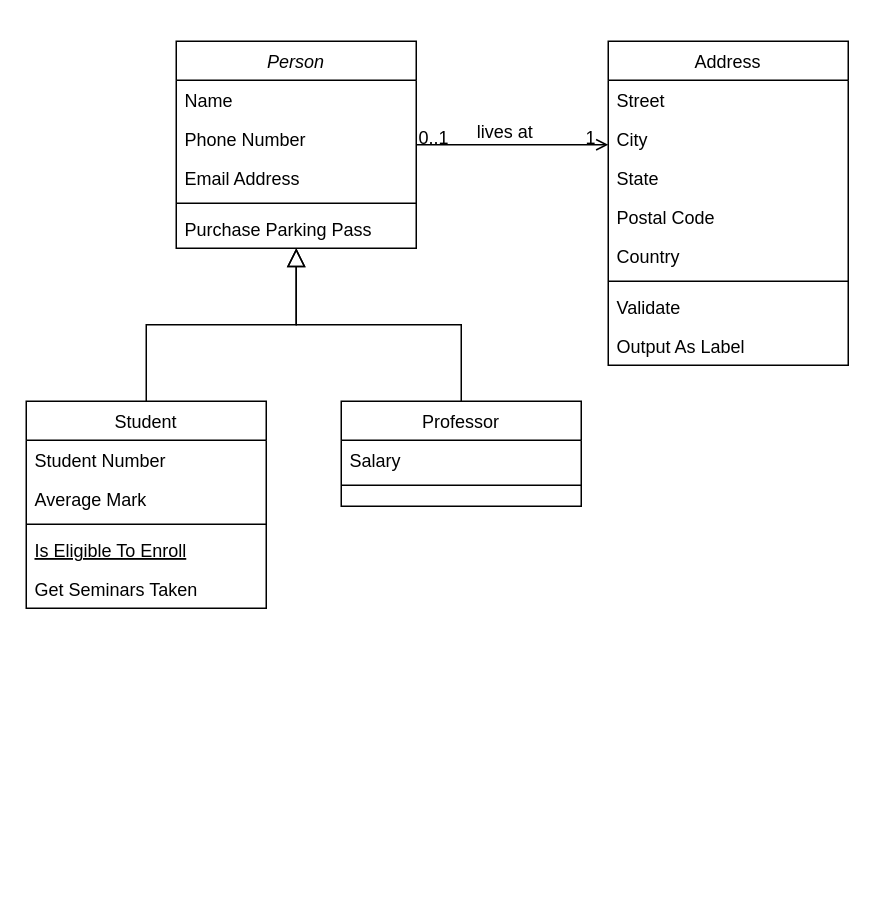
Before: Untitled Diagram.drawio in HXMAN76/MyLeetcode, a draw.io diagram. Source tidied: cells renumbered, new cells numbered last; positions are measured from the earlier drawing's top-left corner, leaving out a move shared by most shapes. Both pictures are drawn from the tidied source at 150%, with x=0, y=0 at pixel (26, 40).
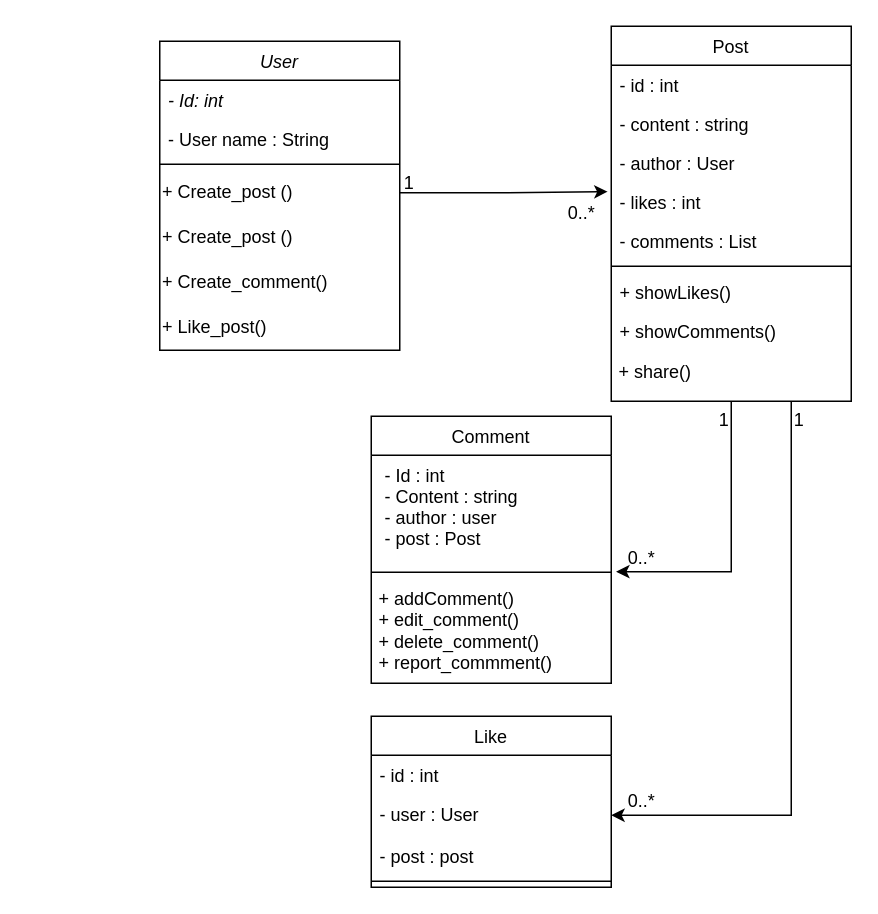
Above is the later version.

Change to the diagram source:
```diff
@@
-    <mxCell id="2" value="Person" style="swimlane;fontStyle=2;align=center;verticalAlign=top;horizontal=1;startSize=26;rounded=0;shadow=0;strokeWidth=1;" parent="1" vertex="1">
-      <mxGeometry x="100" width="160" height="138" as="geometry" />
+    <mxCell id="2" value="User" style="swimlane;fontStyle=2;align=center;verticalAlign=top;horizontal=1;startSize=26;rounded=0;shadow=0;strokeWidth=1;" parent="1" vertex="1">
+      <mxGeometry x="89" width="160" height="206" as="geometry" />
     </mxCell>
-    <mxCell id="3" value="Name" style="text;align=left;verticalAlign=top;spacingLeft=4;spacingRight=4;overflow=hidden;" parent="2" vertex="1">
+    <mxCell id="3" value="- Id: int" style="text;align=left;verticalAlign=top;spacingLeft=4;spacingRight=4;overflow=hidden;fontStyle=2;" parent="2" vertex="1">
       <mxGeometry y="26" width="160" height="26" as="geometry" />
     </mxCell>
-    <mxCell id="4" value="Phone Number" style="text;align=left;verticalAlign=top;spacingLeft=4;spacingRight=4;overflow=hidden;rounded=0;shadow=0;html=0;" parent="2" vertex="1">
+    <mxCell id="4" value="- User name : String" style="text;align=left;verticalAlign=top;spacingLeft=4;spacingRight=4;overflow=hidden;rounded=0;shadow=0;html=0;" parent="2" vertex="1">
       <mxGeometry y="52" width="160" height="26" as="geometry" />
     </mxCell>
-    <mxCell id="5" value="Email Address" style="text;align=left;verticalAlign=top;spacingLeft=4;spacingRight=4;overflow=hidden;rounded=0;shadow=0;html=0;" parent="2" vertex="1">
-      <mxGeometry y="78" width="160" height="26" as="geometry" />
-    </mxCell>
     <mxCell id="6" style="line;html=1;strokeWidth=1;align=left;verticalAlign=middle;spacingTop=-1;spacingLeft=3;spacingRight=3;labelPosition=right;" parent="2" vertex="1">
-      <mxGeometry y="104" width="160" height="8" as="geometry" />
+      <mxGeometry y="78" width="160" height="8" as="geometry" />
     </mxCell>
-    <mxCell id="7" value="Purchase Parking Pass" style="text;align=left;verticalAlign=top;spacingLeft=4;spacingRight=4;overflow=hidden;" parent="2" vertex="1">
-      <mxGeometry y="112" width="160" height="26" as="geometry" />
-    </mxCell>
+    <mxCell id="32" value="+ Create_post ()" style="text;html=1;align=left;verticalAlign=middle;points=[];strokeColor=none;fillColor=none;" parent="2" vertex="1">
+      <mxGeometry y="86" width="160" height="30" as="geometry" />
+    </mxCell>
+    <mxCell id="33" value="+ Create_post ()" style="text;html=1;align=left;verticalAlign=middle;strokeColor=none;fillColor=none;" parent="2" vertex="1">
+      <mxGeometry y="116" width="160" height="30" as="geometry" />
+    </mxCell>
+    <mxCell id="34" value="+ Create_comment()" style="text;html=1;align=left;verticalAlign=middle;strokeColor=none;fillColor=none;" parent="2" vertex="1">
+      <mxGeometry y="146" width="160" height="30" as="geometry" />
+    </mxCell>
+    <mxCell id="35" value="+ Like_post()" style="text;html=1;align=left;verticalAlign=middle;strokeColor=none;fillColor=none;" parent="2" vertex="1">
+      <mxGeometry y="176" width="160" height="30" as="geometry" />
+    </mxCell>
-    <mxCell id="8" value="Student" style="swimlane;fontStyle=0;align=center;verticalAlign=top;horizontal=1;startSize=26;rounded=0;shadow=0;strokeWidth=1;" parent="1" vertex="1">
-      <mxGeometry y="240" width="160" height="138" as="geometry" />
+    <mxCell id="8" value="Like" style="swimlane;fontStyle=0;align=center;verticalAlign=top;horizontal=1;startSize=26;rounded=0;shadow=0;strokeWidth=1;" parent="1" vertex="1">
+      <mxGeometry x="230" y="450" width="160" height="114" as="geometry" />
     </mxCell>
-    <mxCell id="9" value="Student Number" style="text;align=left;verticalAlign=top;spacingLeft=4;spacingRight=4;overflow=hidden;" parent="8" vertex="1">
+    <mxCell id="9" value="- id : int" style="text;align=left;verticalAlign=top;spacingLeft=4;spacingRight=4;overflow=hidden;" parent="8" vertex="1">
       <mxGeometry y="26" width="160" height="26" as="geometry" />
     </mxCell>
-    <mxCell id="10" value="Average Mark" style="text;align=left;verticalAlign=top;spacingLeft=4;spacingRight=4;overflow=hidden;points=[[0,0.5],[1,0.5]];portConstraint=eastwest;rounded=0;shadow=0;html=0;" parent="8" vertex="1">
-      <mxGeometry y="52" width="160" height="26" as="geometry" />
+    <mxCell id="10" value="- user : User&#10;" style="text;align=left;verticalAlign=top;spacingLeft=4;spacingRight=4;overflow=hidden;points=[[0,0.5],[1,0.5]];portConstraint=eastwest;rounded=0;shadow=0;html=0;" parent="8" vertex="1">
+      <mxGeometry y="52" width="160" height="28" as="geometry" />
     </mxCell>
+    <mxCell id="13" value="- post : post" style="text;align=left;verticalAlign=top;spacingLeft=4;spacingRight=4;overflow=hidden;" parent="8" vertex="1">
+      <mxGeometry y="80" width="160" height="26" as="geometry" />
+    </mxCell>
     <mxCell id="11" style="line;html=1;strokeWidth=1;align=left;verticalAlign=middle;spacingTop=-1;spacingLeft=3;spacingRight=3;labelPosition=right;" parent="8" vertex="1">
-      <mxGeometry y="78" width="160" height="8" as="geometry" />
+      <mxGeometry y="106" width="160" height="8" as="geometry" />
     </mxCell>
-    <mxCell id="12" value="Is Eligible To Enroll" style="text;align=left;verticalAlign=top;spacingLeft=4;spacingRight=4;overflow=hidden;fontStyle=4;" parent="8" vertex="1">
-      <mxGeometry y="86" width="160" height="26" as="geometry" />
-    </mxCell>
-    <mxCell id="13" value="Get Seminars Taken" style="text;align=left;verticalAlign=top;spacingLeft=4;spacingRight=4;overflow=hidden;" parent="8" vertex="1">
-      <mxGeometry y="112" width="160" height="26" as="geometry" />
-    </mxCell>
-    <mxCell id="14" style="endArrow=block;endSize=10;endFill=0;shadow=0;strokeWidth=1;rounded=0;curved=0;edgeStyle=elbowEdgeStyle;elbow=vertical;" parent="1" edge="1" source="8" target="2">
-      <mxGeometry relative="1" as="geometry" />
-    </mxCell>
-    <mxCell id="15" value="Professor" style="swimlane;fontStyle=0;align=center;verticalAlign=top;horizontal=1;startSize=26;rounded=0;shadow=0;strokeWidth=1;" parent="1" vertex="1">
-      <mxGeometry x="210" y="240" width="160" height="70" as="geometry" />
+    <mxCell id="15" value="Comment" style="swimlane;fontStyle=0;align=center;verticalAlign=top;horizontal=1;startSize=26;rounded=0;shadow=0;strokeWidth=1;" parent="1" vertex="1">
+      <mxGeometry x="230" y="250" width="160" height="178" as="geometry" />
     </mxCell>
-    <mxCell id="16" value="Salary" style="text;align=left;verticalAlign=top;spacingLeft=4;spacingRight=4;overflow=hidden;points=[[0,0.5],[1,0.5]];portConstraint=eastwest;" parent="15" vertex="1">
-      <mxGeometry y="26" width="160" height="26" as="geometry" />
+    <mxCell id="16" value=" - Id : int&#10; - Content : string &#10; - author : user&#10; - post : Post" style="text;align=left;verticalAlign=top;spacingLeft=4;spacingRight=4;overflow=hidden;points=[[0,0.5],[1,0.5]];portConstraint=eastwest;" parent="15" vertex="1">
+      <mxGeometry y="26" width="160" height="74" as="geometry" />
     </mxCell>
     <mxCell id="17" style="line;html=1;strokeWidth=1;align=left;verticalAlign=middle;spacingTop=-1;spacingLeft=3;spacingRight=3;labelPosition=right;" parent="15" vertex="1">
-      <mxGeometry y="52" width="160" height="8" as="geometry" />
+      <mxGeometry y="100" width="160" height="8" as="geometry" />
     </mxCell>
-    <mxCell id="18" style="endArrow=block;endSize=10;endFill=0;shadow=0;strokeWidth=1;rounded=0;curved=0;edgeStyle=elbowEdgeStyle;elbow=vertical;" parent="1" edge="1" source="15" target="2">
-      <mxGeometry relative="1" as="geometry" />
-    </mxCell>
+    <mxCell id="36" value="&amp;nbsp;+ addComment()&lt;div&gt;&amp;nbsp;+ edit_comment()&lt;/div&gt;&lt;div&gt;&amp;nbsp;+ delete_comment()&lt;/div&gt;&lt;div&gt;&amp;nbsp;+ report_commment()&lt;/div&gt;" style="text;html=1;align=left;verticalAlign=middle;strokeColor=none;fillColor=none;" parent="15" vertex="1">
+      <mxGeometry y="108" width="160" height="70" as="geometry" />
+    </mxCell>
+    <mxCell id="37" style="edgeStyle=orthogonalEdgeStyle;rounded=0;jettySize=auto;html=1;exitX=0.75;exitY=1;exitDx=0;exitDy=0;entryX=1;entryY=0.5;entryDx=0;entryDy=0;" parent="1" edge="1" source="19" target="10">
+      <mxGeometry relative="1" as="geometry">
+        <Array as="points">
+          <mxPoint x="510" y="516" />
+        </Array>
+      </mxGeometry>
+    </mxCell>
-    <mxCell id="19" value="Address" style="swimlane;fontStyle=0;align=center;verticalAlign=top;horizontal=1;startSize=26;rounded=0;shadow=0;strokeWidth=1;" parent="1" vertex="1">
-      <mxGeometry x="388" width="160" height="216" as="geometry" />
+    <mxCell id="19" value="Post" style="swimlane;fontStyle=0;align=center;verticalAlign=top;horizontal=1;startSize=26;rounded=0;shadow=0;strokeWidth=1;" parent="1" vertex="1">
+      <mxGeometry x="390" y="-10" width="160" height="250" as="geometry" />
     </mxCell>
-    <mxCell id="20" value="Street" style="text;align=left;verticalAlign=top;spacingLeft=4;spacingRight=4;overflow=hidden;" parent="19" vertex="1">
+    <mxCell id="20" value="- id : int" style="text;align=left;verticalAlign=top;spacingLeft=4;spacingRight=4;overflow=hidden;" parent="19" vertex="1">
       <mxGeometry y="26" width="160" height="26" as="geometry" />
     </mxCell>
-    <mxCell id="21" value="City" style="text;align=left;verticalAlign=top;spacingLeft=4;spacingRight=4;overflow=hidden;rounded=0;shadow=0;html=0;" parent="19" vertex="1">
+    <mxCell id="21" value="- content : string" style="text;align=left;verticalAlign=top;spacingLeft=4;spacingRight=4;overflow=hidden;rounded=0;shadow=0;html=0;" parent="19" vertex="1">
       <mxGeometry y="52" width="160" height="26" as="geometry" />
     </mxCell>
-    <mxCell id="22" value="State" style="text;align=left;verticalAlign=top;spacingLeft=4;spacingRight=4;overflow=hidden;rounded=0;shadow=0;html=0;" parent="19" vertex="1">
+    <mxCell id="22" value="- author : User" style="text;align=left;verticalAlign=top;spacingLeft=4;spacingRight=4;overflow=hidden;rounded=0;shadow=0;html=0;" parent="19" vertex="1">
       <mxGeometry y="78" width="160" height="26" as="geometry" />
     </mxCell>
-    <mxCell id="23" value="Postal Code" style="text;align=left;verticalAlign=top;spacingLeft=4;spacingRight=4;overflow=hidden;points=[[0,0.5],[1,0.5]];portConstraint=eastwest;rounded=0;shadow=0;html=0;" parent="19" vertex="1">
+    <mxCell id="23" value="- likes : int" style="text;align=left;verticalAlign=top;spacingLeft=4;spacingRight=4;overflow=hidden;points=[[0,0.5],[1,0.5]];portConstraint=eastwest;rounded=0;shadow=0;html=0;" parent="19" vertex="1">
       <mxGeometry y="104" width="160" height="26" as="geometry" />
     </mxCell>
-    <mxCell id="24" value="Country" style="text;align=left;verticalAlign=top;spacingLeft=4;spacingRight=4;overflow=hidden;rounded=0;shadow=0;html=0;" parent="19" vertex="1">
+    <mxCell id="24" value="- comments : List" style="text;align=left;verticalAlign=top;spacingLeft=4;spacingRight=4;overflow=hidden;rounded=0;shadow=0;html=0;" parent="19" vertex="1">
       <mxGeometry y="130" width="160" height="26" as="geometry" />
     </mxCell>
@@
-    <mxCell id="26" value="Validate" style="text;align=left;verticalAlign=top;spacingLeft=4;spacingRight=4;overflow=hidden;" parent="19" vertex="1">
+    <mxCell id="26" value="+ showLikes()" style="text;align=left;verticalAlign=top;spacingLeft=4;spacingRight=4;overflow=hidden;" parent="19" vertex="1">
       <mxGeometry y="164" width="160" height="26" as="geometry" />
     </mxCell>
-    <mxCell id="27" value="Output As Label" style="text;align=left;verticalAlign=top;spacingLeft=4;spacingRight=4;overflow=hidden;" parent="19" vertex="1">
+    <mxCell id="27" value="+ showComments()" style="text;align=left;verticalAlign=top;spacingLeft=4;spacingRight=4;overflow=hidden;" parent="19" vertex="1">
       <mxGeometry y="190" width="160" height="26" as="geometry" />
     </mxCell>
-    <mxCell id="28" style="endArrow=open;shadow=0;strokeWidth=1;rounded=0;curved=0;endFill=1;edgeStyle=elbowEdgeStyle;elbow=vertical;" parent="1" edge="1" source="2" target="19">
-      <mxGeometry x="0.5" y="41" relative="1" as="geometry">
-        <mxPoint x="-40" y="32" as="offset" />
-      </mxGeometry>
-    </mxCell>
-    <mxCell id="29" value="0..1" style="align=left;verticalAlign=bottom;labelBackgroundColor=none;fontSize=12;" parent="28" vertex="1">
-      <mxGeometry x="-1" relative="1" as="geometry">
-        <mxPoint y="4" as="offset" />
-      </mxGeometry>
-    </mxCell>
-    <mxCell id="30" value="1" style="align=right;verticalAlign=bottom;labelBackgroundColor=none;fontSize=12;" parent="28" vertex="1">
-      <mxGeometry x="1" relative="1" as="geometry">
-        <mxPoint x="-7" y="4" as="offset" />
-      </mxGeometry>
-    </mxCell>
-    <mxCell id="31" value="lives at" style="text;html=1;align=center;verticalAlign=middle;labelBackgroundColor=none;rounded=0;shadow=0;strokeWidth=1;fontSize=12;" parent="28" vertex="1">
-      <mxGeometry x="0.5" y="49" relative="1" as="geometry">
-        <mxPoint x="-38" y="40" as="offset" />
-      </mxGeometry>
-    </mxCell>
+    <mxCell id="38" value="&amp;nbsp;+ share()" style="text;html=1;align=left;verticalAlign=middle;strokeColor=none;fillColor=none;" parent="19" vertex="1">
+      <mxGeometry y="216" width="160" height="30" as="geometry" />
+    </mxCell>
+    <mxCell id="39" style="edgeStyle=orthogonalEdgeStyle;rounded=0;jettySize=auto;html=1;entryX=-0.015;entryY=0.242;entryDx=0;entryDy=0;entryPerimeter=0;" parent="1" edge="1" source="32" target="23">
+      <mxGeometry relative="1" as="geometry" />
+    </mxCell>
+    <mxCell id="40" value="1" style="text;html=1;align=center;verticalAlign=middle;strokeColor=none;fillColor=none;" parent="1" vertex="1">
+      <mxGeometry x="240" y="80" width="30" height="30" as="geometry" />
+    </mxCell>
+    <mxCell id="41" value="0..*" style="text;html=1;align=center;verticalAlign=middle;strokeColor=none;fillColor=none;" parent="1" vertex="1">
+      <mxGeometry x="350" y="100" width="40" height="30" as="geometry" />
+    </mxCell>
+    <mxCell id="42" style="edgeStyle=orthogonalEdgeStyle;rounded=0;jettySize=auto;html=1;entryX=1.02;entryY=1.049;entryDx=0;entryDy=0;entryPerimeter=0;exitX=0.5;exitY=1;exitDx=0;exitDy=0;" parent="1" edge="1" source="19" target="16">
+      <mxGeometry relative="1" as="geometry">
+        <Array as="points">
+          <mxPoint x="470" y="354" />
+        </Array>
+      </mxGeometry>
+    </mxCell>
+    <mxCell id="43" value="1" style="text;html=1;align=center;verticalAlign=middle;strokeColor=none;fillColor=none;" parent="1" vertex="1">
+      <mxGeometry x="450" y="238" width="30" height="30" as="geometry" />
+    </mxCell>
+    <mxCell id="44" value="0..*" style="text;html=1;align=center;verticalAlign=middle;strokeColor=none;fillColor=none;" parent="1" vertex="1">
+      <mxGeometry x="390" y="330" width="40" height="30" as="geometry" />
+    </mxCell>
+    <mxCell id="45" value="1" style="text;html=1;align=center;verticalAlign=middle;strokeColor=none;fillColor=none;" parent="1" vertex="1">
+      <mxGeometry x="500" y="238" width="30" height="30" as="geometry" />
+    </mxCell>
+    <mxCell id="46" value="0..*" style="text;html=1;align=center;verticalAlign=middle;strokeColor=none;fillColor=none;" parent="1" vertex="1">
+      <mxGeometry x="390" y="492" width="40" height="30" as="geometry" />
+    </mxCell>
```
